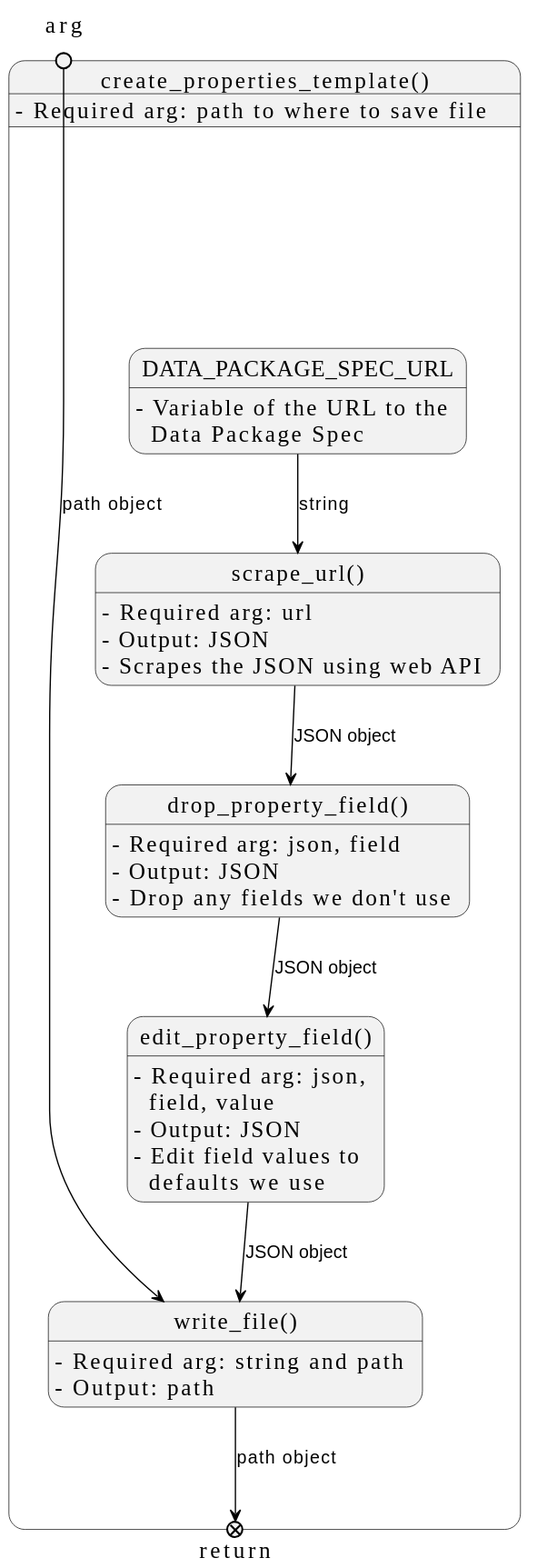
seedcase-project/seedcase-sprout keeps this PlantUML diagram as docs/design/images/core-python-functions/create-properties-template.svg. Above is the earlier version.
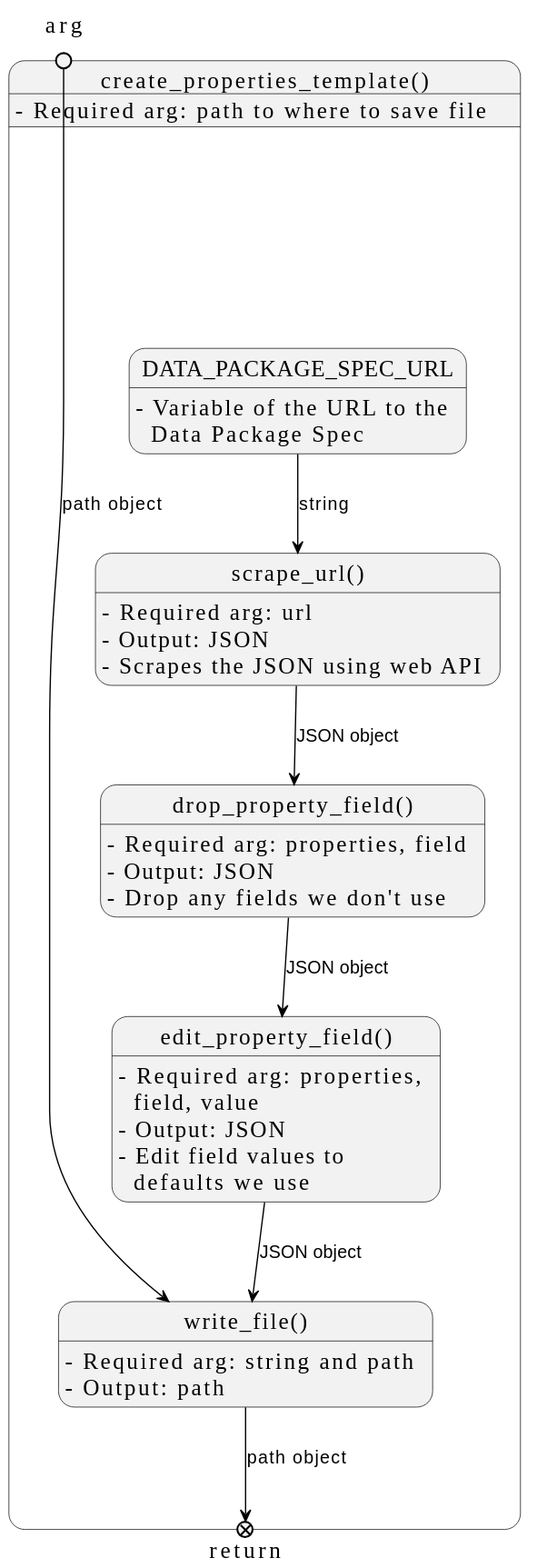
Later version of the same file.

Commit message:
docs: :pencil2: small typo, arg should be properties

Diff of the diagram source:
```diff
@@ -16,13 +16,13 @@
   url --> su : string
 
   state "drop_property_field()" as dpf
-  dpf : - Required arg: json, field
+  dpf : - Required arg: properties, field
   dpf : - Output: JSON
   dpf : - Drop any fields we don't use
   su --> dpf : JSON object
 
   state "edit_property_field()" as epf
-  epf : - Required arg: json,\n  field, value
+  epf : - Required arg: properties,\n  field, value
   epf : - Output: JSON
   epf : - Edit field values to\n  defaults we use
   dpf --> epf : JSON object
```
